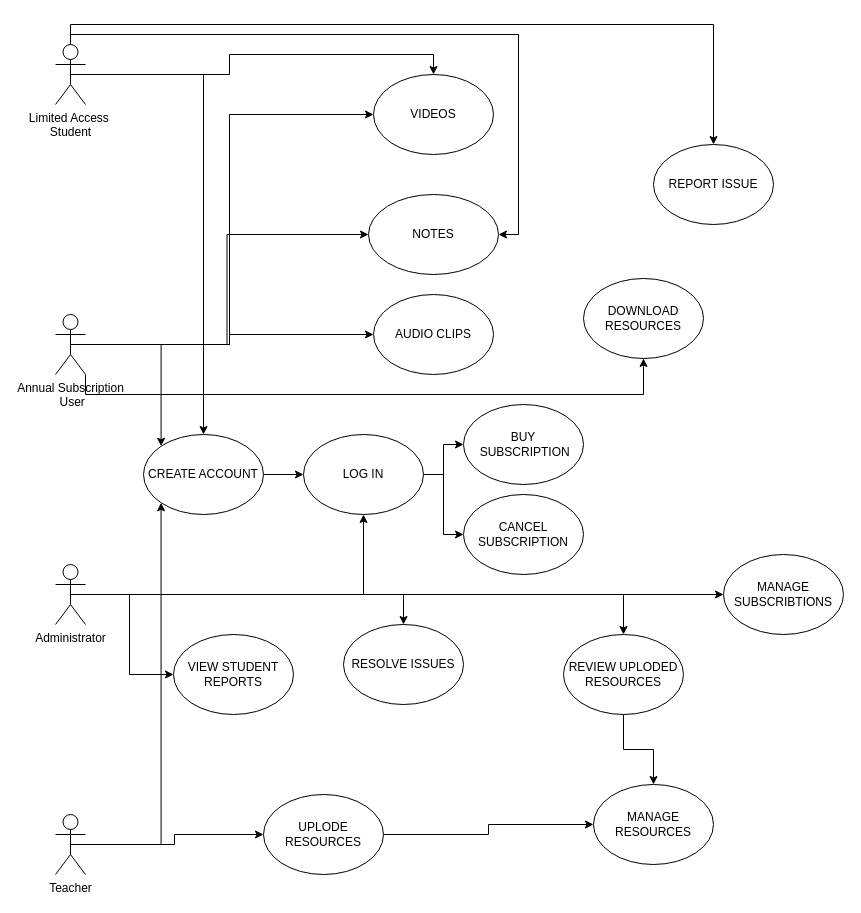
This is E-Learning  App DFD Level-1.drawio from CS-Krishna/Draw.io, a draw.io file, before an edit. Source tidied: cells renumbered, new cells numbered last; positions are measured from the earlier drawing's top-left corner, leaving out a move shared by most shapes. Both pictures are drawn from the tidied source at 100%, with x=0, y=0 at pixel (55, 34).
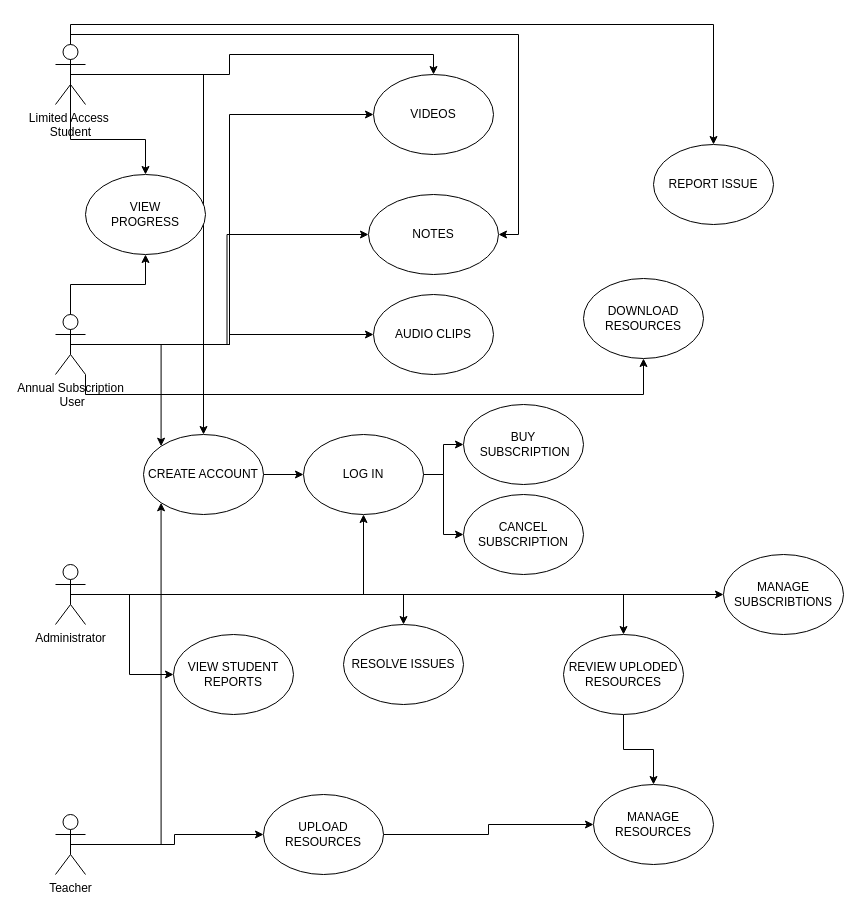
The same diagram, later.

Unchanged cells that the change refers to:
```xml
<mxCell id="7" value="&lt;div&gt;Annual Subscription&lt;/div&gt;&lt;div&gt;&amp;nbsp;User&lt;/div&gt;" style="shape=umlActor;verticalLabelPosition=bottom;verticalAlign=top;html=1;outlineConnect=0;" parent="1" vertex="1">
  <mxGeometry y="280" width="30" height="60" as="geometry" />
</mxCell>
<mxCell id="12" value="&lt;div&gt;Limited Access&amp;nbsp;&lt;/div&gt;&lt;div&gt;Student&lt;/div&gt;" style="shape=umlActor;verticalLabelPosition=bottom;verticalAlign=top;html=1;outlineConnect=0;" parent="1" vertex="1">
  <mxGeometry y="10" width="30" height="60" as="geometry" />
</mxCell>
```

What changed in the source:
```diff
@@
+    <mxCell id="42" style="edgeStyle=orthogonalEdgeStyle;rounded=0;jettySize=auto;html=1;exitX=0.5;exitY=0.5;exitDx=0;exitDy=0;exitPerimeter=0;entryX=0.5;entryY=1;entryDx=0;entryDy=0;" parent="1" edge="1" source="7" target="44">
+      <mxGeometry relative="1" as="geometry" />
+    </mxCell>
@@
+    <mxCell id="43" style="edgeStyle=orthogonalEdgeStyle;rounded=0;jettySize=auto;html=1;exitX=0.5;exitY=0.5;exitDx=0;exitDy=0;exitPerimeter=0;entryX=0.5;entryY=0;entryDx=0;entryDy=0;" parent="1" edge="1" source="12" target="44">
+      <mxGeometry relative="1" as="geometry" />
+    </mxCell>
@@
-    <mxCell id="29" value="UPLODE RESOURCES" style="ellipse;whiteSpace=wrap;html=1;" parent="1" vertex="1">
+    <mxCell id="29" value="UPLOAD RESOURCES" style="ellipse;whiteSpace=wrap;html=1;" parent="1" vertex="1">
       <mxGeometry x="208" y="760" width="120" height="80" as="geometry" />
     </mxCell>
@@
+    <mxCell id="44" value="VIEW &lt;br&gt;PROGRESS" style="ellipse;whiteSpace=wrap;html=1;" parent="1" vertex="1">
+      <mxGeometry x="30" y="140" width="120" height="80" as="geometry" />
+    </mxCell>
```
